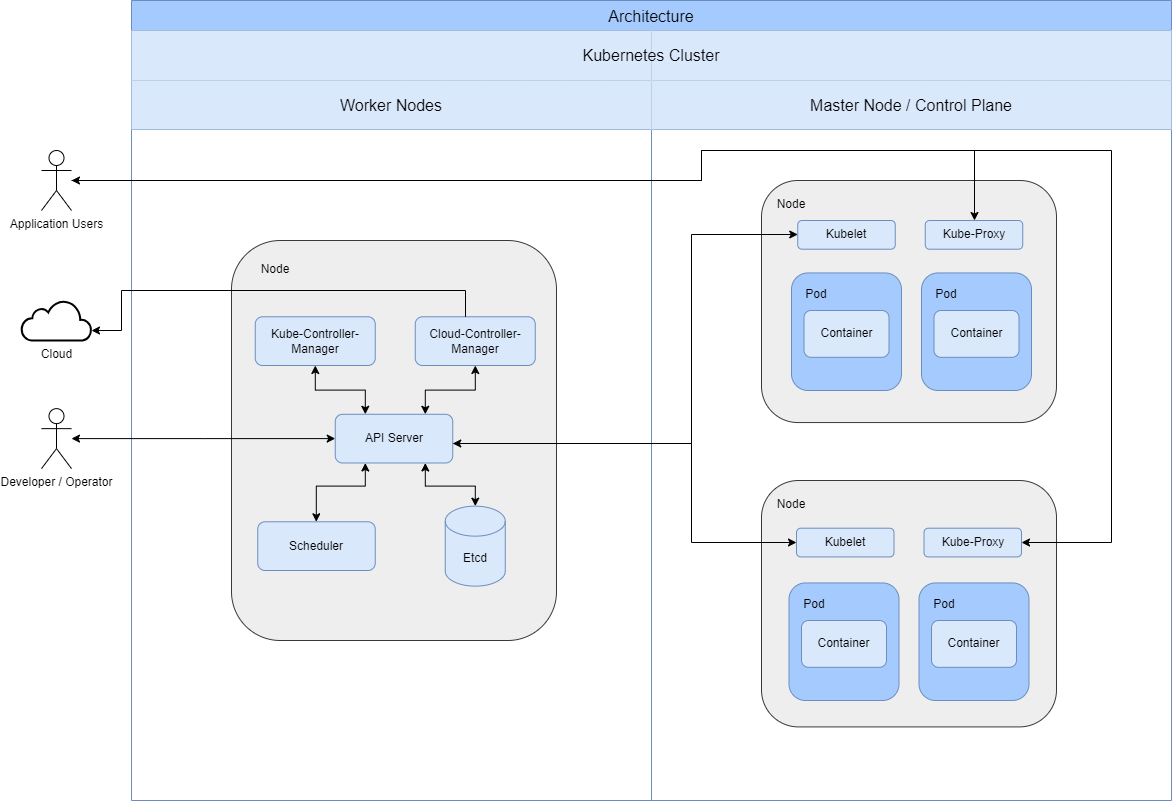
The draw.io diagram Kubernetes/img/Kubernetes High Level Architecture.png in vascolusitan/knowledge-sharing, before a commit. Source tidied: cells renumbered, new cells last; positions are measured from the earlier drawing's top-left corner, leaving out a move shared by most shapes.
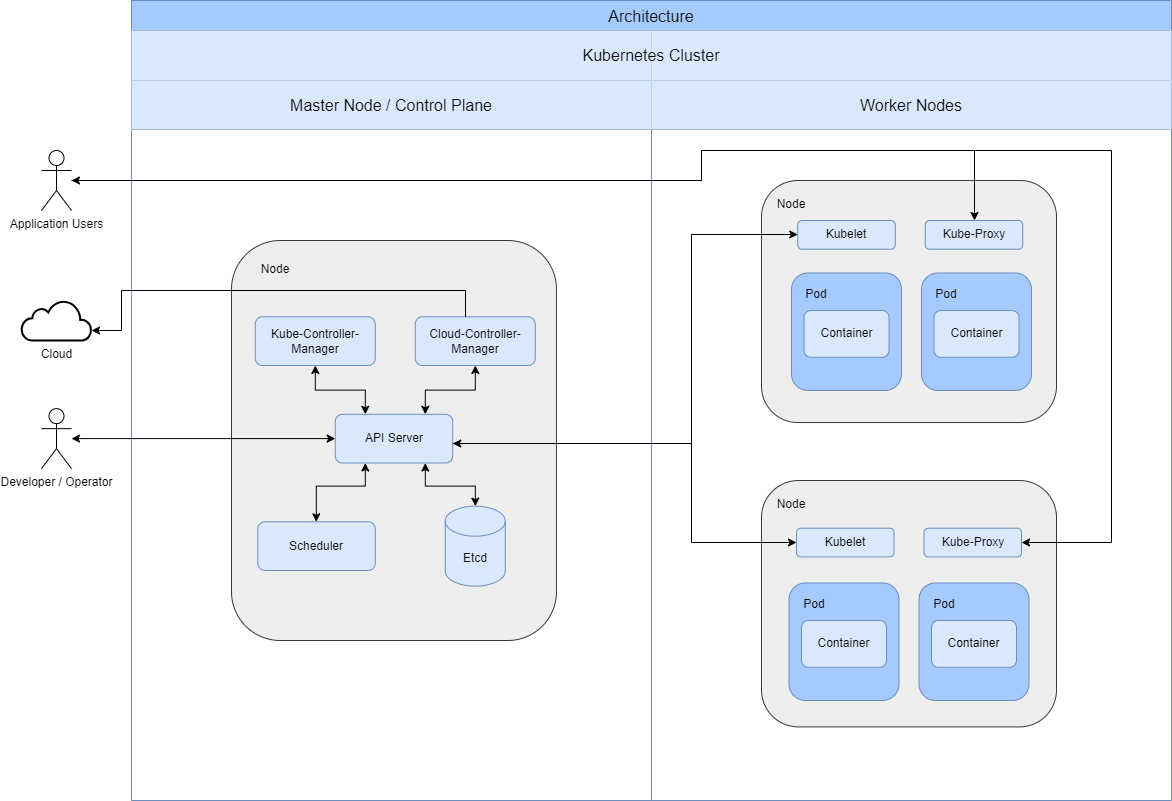
Above is the later version.

Change to the diagram source:
```diff
@@ -17,10 +17,10 @@
     <mxCell id="6" style="shape=tableRow;horizontal=0;startSize=0;swimlaneHead=0;swimlaneBody=0;strokeColor=inherit;top=0;left=0;bottom=0;right=0;fillColor=none;fontSize=16;" parent="2" vertex="1">
       <mxGeometry y="80" width="1040" height="49" as="geometry" />
     </mxCell>
-    <mxCell id="7" value="Worker Nodes" style="shape=partialRectangle;html=1;whiteSpace=wrap;strokeColor=#6c8ebf;overflow=hidden;fillColor=#dae8fc;top=0;left=0;bottom=0;right=0;fontSize=16;" parent="6" vertex="1">
+    <mxCell id="7" value="Master Node / Control Plane" style="shape=partialRectangle;html=1;whiteSpace=wrap;strokeColor=#6c8ebf;overflow=hidden;fillColor=#dae8fc;top=0;left=0;bottom=0;right=0;fontSize=16;" parent="6" vertex="1">
       <mxGeometry width="520" height="49" as="geometry" />
     </mxCell>
-    <mxCell id="8" value="Master Node / Control Plane" style="shape=partialRectangle;html=1;whiteSpace=wrap;strokeColor=#6c8ebf;overflow=hidden;fillColor=#dae8fc;top=0;left=0;bottom=0;right=0;fontSize=16;" parent="6" vertex="1">
+    <mxCell id="8" value="Worker Nodes" style="shape=partialRectangle;html=1;whiteSpace=wrap;strokeColor=#6c8ebf;overflow=hidden;fillColor=#dae8fc;top=0;left=0;bottom=0;right=0;fontSize=16;" parent="6" vertex="1">
       <mxGeometry x="520" width="520" height="49" as="geometry" />
     </mxCell>
     <mxCell id="9" style="shape=tableRow;horizontal=0;startSize=0;swimlaneHead=0;swimlaneBody=0;strokeColor=inherit;top=0;left=0;bottom=0;right=0;fillColor=none;fontSize=16;" parent="2" vertex="1">
```
